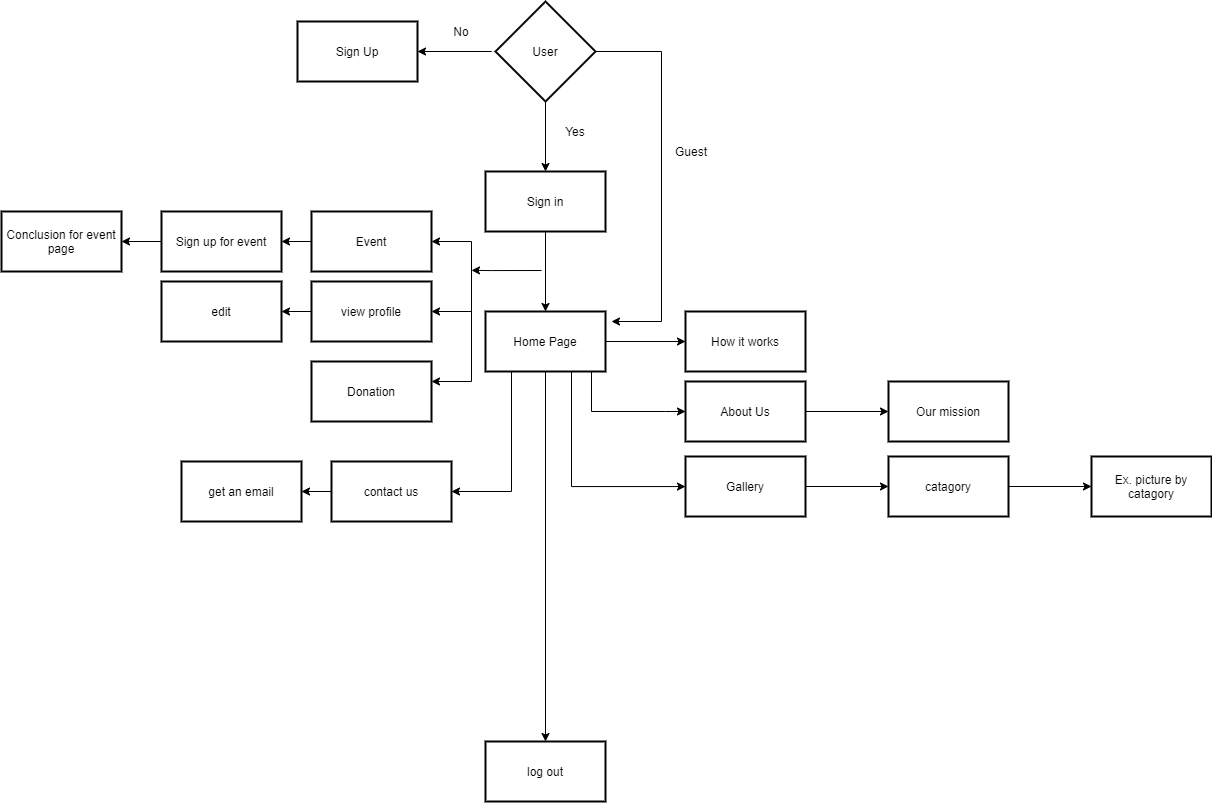
skotcharat/doforfund keeps this draw.io diagram as DesignDocuments/appliacationFlow.png. Above is the earlier version. Source tidied: cells renumbered, new cells last; positions are measured from the earlier drawing's top-left corner, leaving out a move shared by most shapes.
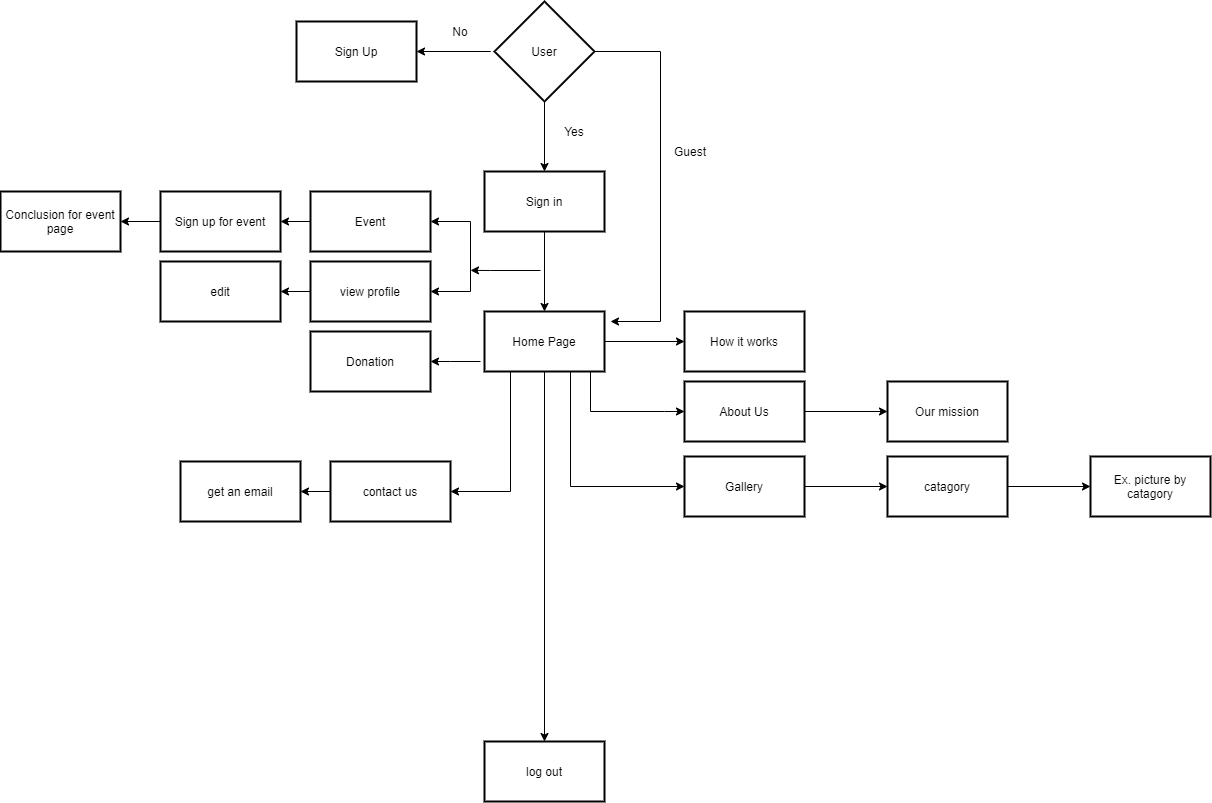
After the change.

The edit, as a diff of the source:
```diff
@@ -45,7 +45,7 @@
     </mxCell>
     <mxCell id="12" style="edgeStyle=orthogonalEdgeStyle;rounded=0;jettySize=auto;html=1;" parent="1" edge="1" target="25">
       <mxGeometry relative="1" as="geometry">
-        <mxPoint x="470" y="240" as="sourcePoint" />
+        <mxPoint x="470" y="220" as="sourcePoint" />
       </mxGeometry>
     </mxCell>
     <mxCell id="13" style="edgeStyle=orthogonalEdgeStyle;rounded=0;jettySize=auto;html=1;" parent="1" edge="1" source="17" target="30">
@@ -64,9 +64,9 @@
     </mxCell>
     <mxCell id="15" style="edgeStyle=orthogonalEdgeStyle;rounded=0;jettySize=auto;html=1;" parent="1" edge="1" target="38">
       <mxGeometry relative="1" as="geometry">
-        <mxPoint x="470" y="240" as="sourcePoint" />
+        <mxPoint x="470" y="220" as="sourcePoint" />
         <Array as="points">
-          <mxPoint x="470" y="310" />
+          <mxPoint x="470" y="290" />
         </Array>
       </mxGeometry>
     </mxCell>
@@ -88,31 +88,23 @@
     <mxCell id="21" value="How it works" style="whiteSpace=wrap;html=1;strokeWidth=2;" parent="1" vertex="1">
       <mxGeometry x="684" y="310" width="120" height="60" as="geometry" />
     </mxCell>
-    <mxCell id="22" style="edgeStyle=orthogonalEdgeStyle;rounded=0;jettySize=auto;html=1;" parent="1" edge="1" target="23">
-      <mxGeometry relative="1" as="geometry">
-        <mxPoint x="470" y="290" as="sourcePoint" />
-        <Array as="points">
-          <mxPoint x="470" y="380" />
-        </Array>
-      </mxGeometry>
-    </mxCell>
     <mxCell id="23" value="Donation" style="whiteSpace=wrap;html=1;strokeWidth=2;" parent="1" vertex="1">
-      <mxGeometry x="310" y="360" width="120" height="60" as="geometry" />
+      <mxGeometry x="310" y="330" width="120" height="60" as="geometry" />
     </mxCell>
     <mxCell id="24" style="edgeStyle=orthogonalEdgeStyle;rounded=0;jettySize=auto;html=1;" parent="1" edge="1" source="25" target="27">
       <mxGeometry relative="1" as="geometry" />
     </mxCell>
     <mxCell id="25" value="Event" style="whiteSpace=wrap;html=1;strokeWidth=2;" parent="1" vertex="1">
-      <mxGeometry x="310" y="210" width="120" height="60" as="geometry" />
+      <mxGeometry x="310" y="190" width="120" height="60" as="geometry" />
     </mxCell>
     <mxCell id="26" style="edgeStyle=orthogonalEdgeStyle;rounded=0;jettySize=auto;html=1;" parent="1" edge="1" source="27" target="28">
       <mxGeometry relative="1" as="geometry" />
     </mxCell>
     <mxCell id="27" value="Sign up for event" style="whiteSpace=wrap;html=1;strokeWidth=2;" parent="1" vertex="1">
-      <mxGeometry x="160" y="210" width="120" height="60" as="geometry" />
+      <mxGeometry x="160" y="190" width="120" height="60" as="geometry" />
     </mxCell>
     <mxCell id="28" value="Conclusion for event page" style="whiteSpace=wrap;html=1;strokeWidth=2;" parent="1" vertex="1">
-      <mxGeometry y="210" width="120" height="60" as="geometry" />
+      <mxGeometry y="190" width="120" height="60" as="geometry" />
     </mxCell>
     <mxCell id="29" style="edgeStyle=orthogonalEdgeStyle;rounded=0;jettySize=auto;html=1;" parent="1" edge="1" source="30" target="32">
       <mxGeometry relative="1" as="geometry" />
@@ -142,10 +134,10 @@
       <mxGeometry relative="1" as="geometry" />
     </mxCell>
     <mxCell id="38" value="view profile" style="whiteSpace=wrap;html=1;strokeWidth=2;" parent="1" vertex="1">
-      <mxGeometry x="310" y="280" width="120" height="60" as="geometry" />
+      <mxGeometry x="310" y="260" width="120" height="60" as="geometry" />
     </mxCell>
     <mxCell id="39" value="edit" style="whiteSpace=wrap;html=1;strokeWidth=2;" parent="1" vertex="1">
-      <mxGeometry x="160" y="280" width="120" height="60" as="geometry" />
+      <mxGeometry x="160" y="260" width="120" height="60" as="geometry" />
     </mxCell>
     <mxCell id="40" value="log out" style="whiteSpace=wrap;html=1;strokeWidth=2;" parent="1" vertex="1">
       <mxGeometry x="484" y="740" width="120" height="60" as="geometry" />
@@ -172,5 +164,14 @@
     <mxCell id="43" value="Guest" style="text;html=1;strokeColor=none;fillColor=none;align=center;verticalAlign=middle;whiteSpace=wrap;rounded=0;" parent="1" vertex="1">
       <mxGeometry x="670" y="140" width="40" height="20" as="geometry" />
     </mxCell>
+    <mxCell id="44" style="edgeStyle=orthogonalEdgeStyle;rounded=0;jettySize=auto;html=1;entryX=1;entryY=0.5;entryDx=0;entryDy=0;entryPerimeter=0;" parent="1" edge="1" target="23">
+      <mxGeometry relative="1" as="geometry">
+        <mxPoint x="480" y="360" as="sourcePoint" />
+        <Array as="points">
+          <mxPoint x="450" y="360" />
+          <mxPoint x="450" y="360" />
+        </Array>
+      </mxGeometry>
+    </mxCell>
   </root>
 </mxGraphModel>
```
